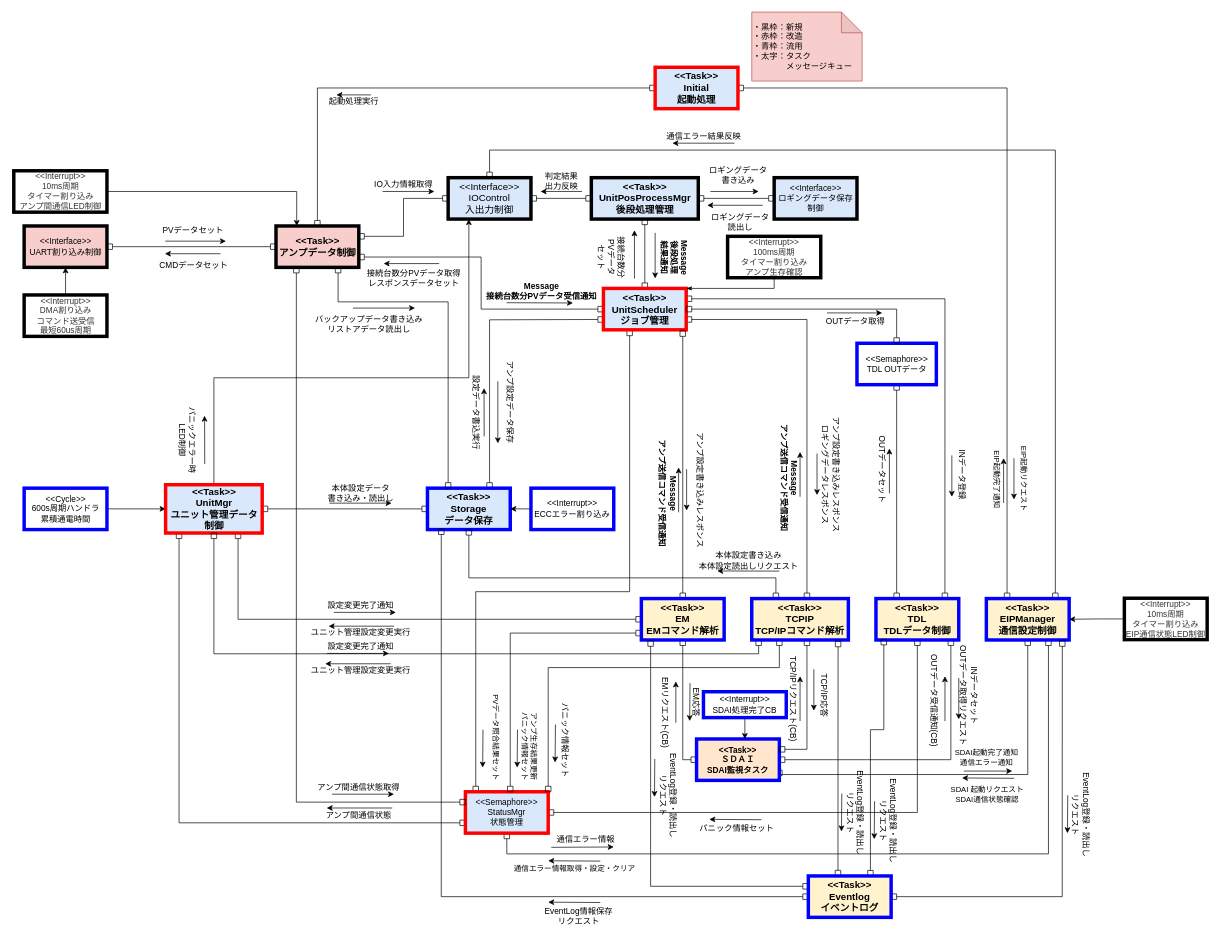
Above: page "RevC_動的構造" (4 of 4) of NWユニット_アーキテクチャ図.drawio in YutaSuzukiGARI/nwunit (draw.io), before the change. Source tidied: cells renumbered, new cells numbered last; positions are measured from the earlier drawing's top-left corner, leaving out a move shared by most shapes. Both pictures are drawn from the tidied source at 69%, with x=0, y=0 at pixel (13, 12).
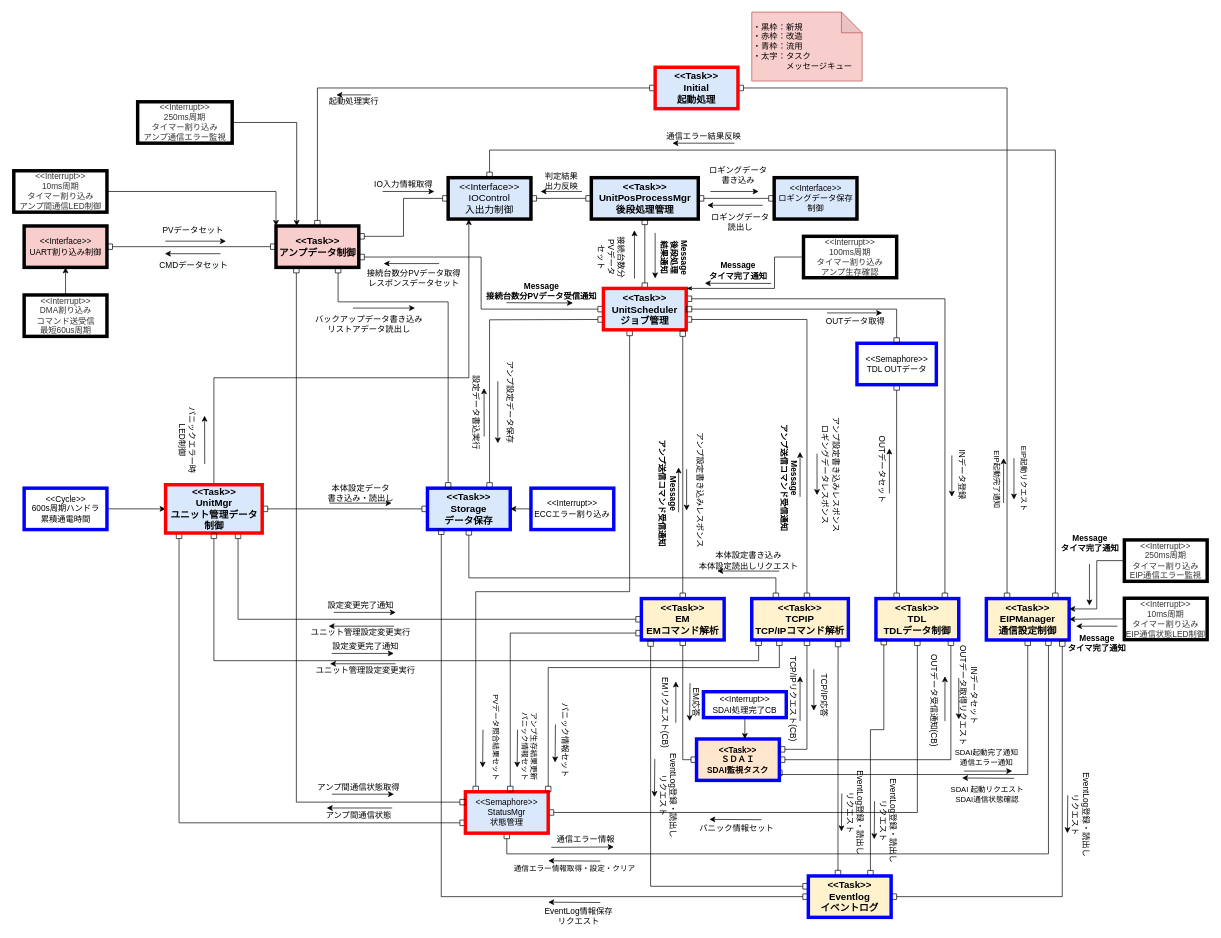
After the change.

Commit message (it also covers changes not shown here):
Update NWユニット_アーキテクチャ図.drawio

Unchanged cells that the change refers to:
```xml
<mxCell id="12" value="&amp;lt;&amp;lt;Task&amp;gt;&amp;gt;&lt;br&gt;EIPManager&lt;br style=&quot;font-size: 14px&quot;&gt;通信設定制御" style="rounded=0;whiteSpace=wrap;html=1;fillColor=#fff2cc;strokeColor=#0000FF;strokeWidth=5;fontStyle=1;fontSize=14;" parent="1" vertex="1">
  <mxGeometry x="1410" y="850" width="120" height="60" as="geometry" />
</mxCell>
<mxCell id="34" value="&amp;lt;&amp;lt;Task&amp;gt;&amp;gt;&lt;br style=&quot;font-size: 14px&quot;&gt;UnitMgr&lt;br&gt;ユニット管理データ制御" style="rounded=0;whiteSpace=wrap;html=1;fillColor=#dae8fc;strokeColor=#FF0000;strokeWidth=5;fontStyle=1;fontSize=14;" parent="1" vertex="1">
  <mxGeometry x="220.5" y="685" width="140" height="70" as="geometry" />
</mxCell>
<mxCell id="63" value="&amp;lt;&amp;lt;Task&amp;gt;&amp;gt;&lt;br&gt;TCPIP&lt;br style=&quot;font-size: 14px&quot;&gt;TCP/IPコマンド解析" style="rounded=0;whiteSpace=wrap;html=1;fillColor=#fff2cc;strokeColor=#0000FF;strokeWidth=5;fontStyle=1;fontSize=14;" parent="1" vertex="1">
  <mxGeometry x="1070" y="850" width="140" height="60" as="geometry" />
</mxCell>
<mxCell id="76" value="&lt;span style=&quot;font-size: 14px ; font-weight: 700&quot;&gt;&amp;lt;&amp;lt;Task&amp;gt;&amp;gt;&lt;/span&gt;&lt;br style=&quot;font-size: 14px ; font-weight: 700&quot;&gt;&lt;span style=&quot;font-size: 14px ; font-weight: 700&quot;&gt;UnitScheduler&lt;/span&gt;&lt;br style=&quot;font-size: 14px ; font-weight: 700&quot;&gt;&lt;span style=&quot;font-size: 14px ; font-weight: 700&quot;&gt;ジョブ管理&lt;/span&gt;" style="rounded=0;whiteSpace=wrap;html=1;fillColor=#dae8fc;strokeColor=#FF0000;strokeWidth=5;" parent="1" vertex="1">
  <mxGeometry x="855" y="400.5" width="120" height="60" as="geometry" />
</mxCell>
<mxCell id="103" value="&amp;lt;&amp;lt;Task&amp;gt;&amp;gt;&lt;br style=&quot;font-size: 14px;&quot;&gt;アンプデータ制御" style="rounded=0;whiteSpace=wrap;html=1;fillColor=#f8cecc;strokeColor=#000000;strokeWidth=5;fontStyle=1;fontSize=14;" parent="1" vertex="1">
  <mxGeometry x="380.5" y="310" width="120" height="60" as="geometry" />
</mxCell>
<mxCell id="155" value="&amp;lt;&amp;lt;Interrupt&amp;gt;&amp;gt;&lt;br&gt;10ms周期&lt;br&gt;タイマー割り込み&lt;br&gt;アンプ間通信LED制御" style="rounded=0;whiteSpace=wrap;html=1;fillColor=#FFFFFF;strokeColor=#000000;strokeWidth=5;fontColor=#333333;" parent="1" vertex="1">
  <mxGeometry x="0.5" y="230" width="135" height="60" as="geometry" />
</mxCell>
```

Change to the diagram source:
```diff
@@
     <mxCell id="60" style="edgeStyle=orthogonalEdgeStyle;rounded=0;jettySize=auto;html=1;startArrow=box;startFill=0;endArrow=box;endFill=0;entryX=0.5;entryY=1;entryDx=0;entryDy=0;" parent="1" edge="1" source="63" target="34">
       <mxGeometry relative="1" as="geometry">
         <Array as="points">
-          <mxPoint x="1080" y="930" />
-          <mxPoint x="291" y="930" />
+          <mxPoint x="1080" y="940" />
+          <mxPoint x="291" y="940" />
         </Array>
       </mxGeometry>
     </mxCell>
@@
     <mxCell id="82" value="ユニット管理設定変更実行" style="text;html=1;align=center;verticalAlign=middle;" parent="1" vertex="1">
-      <mxGeometry x="423" y="945" width="160" height="20" as="geometry" />
+      <mxGeometry x="430" y="945" width="160" height="20" as="geometry" />
     </mxCell>
     <mxCell id="83" value="設定変更完了通知" style="text;html=1;align=center;verticalAlign=middle;" parent="1" vertex="1">
-      <mxGeometry x="448" y="909.5" width="110" height="20" as="geometry" />
+      <mxGeometry x="455" y="909.5" width="110" height="20" as="geometry" />
     </mxCell>
     <mxCell id="84" style="endArrow=classic;html=1;fontColor=#FF3333;" parent="1" edge="1">
       <mxGeometry relative="1" as="geometry">
-        <mxPoint x="454.2" y="929.5" as="sourcePoint" />
-        <mxPoint x="544.2" y="929.5" as="targetPoint" />
+        <mxPoint x="461.2" y="929.5" as="sourcePoint" />
+        <mxPoint x="551.2" y="929.5" as="targetPoint" />
       </mxGeometry>
     </mxCell>
     <mxCell id="85" style="endArrow=classic;html=1;fontColor=#FF3333;" parent="1" edge="1">
       <mxGeometry relative="1" as="geometry">
-        <mxPoint x="546.8" y="944.5" as="sourcePoint" />
-        <mxPoint x="451.8" y="944.5" as="targetPoint" />
+        <mxPoint x="553.8" y="944.5" as="sourcePoint" />
+        <mxPoint x="458.8" y="944.5" as="targetPoint" />
       </mxGeometry>
     </mxCell>
@@
-    <mxCell id="154" style="edgeStyle=orthogonalEdgeStyle;rounded=0;jettySize=auto;html=1;entryX=0.25;entryY=0;entryDx=0;entryDy=0;fontSize=20;startArrow=none;startFill=0;endArrow=classic;endFill=1;" parent="1" edge="1" source="155" target="103">
+    <mxCell id="154" style="edgeStyle=orthogonalEdgeStyle;rounded=0;jettySize=auto;html=1;entryX=0;entryY=0;entryDx=0;entryDy=0;fontSize=20;startArrow=none;startFill=0;endArrow=classic;endFill=1;" parent="1" edge="1" source="155" target="103">
       <mxGeometry relative="1" as="geometry" />
     </mxCell>
@@
-    <mxCell id="168" style="edgeStyle=orthogonalEdgeStyle;rounded=0;jettySize=auto;html=1;entryX=1;entryY=0;entryDx=0;entryDy=0;fontSize=20;startArrow=none;startFill=0;endArrow=classicThin;endFill=1;exitX=0.5;exitY=1;exitDx=0;exitDy=0;" parent="1" edge="1" source="169" target="76">
+    <mxCell id="168" style="edgeStyle=orthogonalEdgeStyle;rounded=0;jettySize=auto;html=1;entryX=1;entryY=0;entryDx=0;entryDy=0;fontSize=20;startArrow=none;startFill=0;endArrow=classicThin;endFill=1;" parent="1" edge="1" source="169" target="76">
       <mxGeometry relative="1" as="geometry">
         <Array as="points">
+          <mxPoint x="1103" y="355" />
           <mxPoint x="1103" y="401" />
         </Array>
       </mxGeometry>
     </mxCell>
     <mxCell id="169" value="&amp;lt;&amp;lt;Interrupt&amp;gt;&amp;gt;&lt;br&gt;100ms周期&lt;br&gt;タイマー割り込み&lt;br&gt;アンプ生存確認" style="rounded=0;whiteSpace=wrap;html=1;fillColor=#FFFFFF;strokeColor=#000000;strokeWidth=5;fontColor=#333333;" parent="1" vertex="1">
-      <mxGeometry x="1035" y="325" width="135" height="60" as="geometry" />
+      <mxGeometry x="1145" y="325" width="135" height="60" as="geometry" />
     </mxCell>
@@
+    <mxCell id="178" value="Message&lt;br&gt;タイマ完了通知" style="text;html=1;align=center;verticalAlign=middle;fontStyle=1;" parent="1" vertex="1">
+      <mxGeometry x="1000" y="360" width="100" height="30" as="geometry" />
+    </mxCell>
+    <mxCell id="179" style="endArrow=none;html=1;fontColor=#FF3333;entryX=0.899;entryY=1.017;entryDx=0;entryDy=0;entryPerimeter=0;endFill=0;startArrow=classic;startFill=1;" parent="1" edge="1">
+      <mxGeometry relative="1" as="geometry">
+        <mxPoint x="1001.9" y="393" as="sourcePoint" />
+        <mxPoint x="1098.1" y="393.3" as="targetPoint" />
+      </mxGeometry>
+    </mxCell>
+    <mxCell id="180" value="Message&lt;br&gt;タイマ完了通知" style="text;html=1;align=center;verticalAlign=middle;fontStyle=1;" parent="1" vertex="1">
+      <mxGeometry x="1510" y="755" width="100" height="30" as="geometry" />
+    </mxCell>
+    <mxCell id="181" style="endArrow=none;html=1;fontColor=#FF3333;endFill=0;startArrow=classic;startFill=1;" parent="1" edge="1">
+      <mxGeometry relative="1" as="geometry">
+        <mxPoint x="1559.4" y="860" as="sourcePoint" />
+        <mxPoint x="1559.4" y="800" as="targetPoint" />
+      </mxGeometry>
+    </mxCell>
+    <mxCell id="182" style="edgeStyle=orthogonalEdgeStyle;rounded=0;jettySize=auto;html=1;entryX=1;entryY=0.25;entryDx=0;entryDy=0;startArrow=none;startFill=0;endArrow=classic;endFill=1;" parent="1" edge="1" source="183" target="12">
+      <mxGeometry relative="1" as="geometry" />
+    </mxCell>
+    <mxCell id="183" value="&amp;lt;&amp;lt;Interrupt&amp;gt;&amp;gt;&lt;br&gt;250ms周期&lt;br&gt;タイマー割り込み&lt;br&gt;EIP通信エラー監視" style="rounded=0;whiteSpace=wrap;html=1;fillColor=#FFFFFF;strokeColor=#000000;strokeWidth=5;fontColor=#333333;" parent="1" vertex="1">
+      <mxGeometry x="1610" y="765" width="120" height="60" as="geometry" />
+    </mxCell>
+    <mxCell id="184" value="Message&lt;br&gt;タイマ完了通知" style="text;html=1;align=center;verticalAlign=middle;fontStyle=1;" parent="1" vertex="1">
+      <mxGeometry x="1520" y="899.5" width="100" height="30" as="geometry" />
+    </mxCell>
+    <mxCell id="185" style="endArrow=classic;html=1;fontColor=#FF3333;" parent="1" edge="1">
+      <mxGeometry relative="1" as="geometry">
+        <mxPoint x="1600" y="890" as="sourcePoint" />
+        <mxPoint x="1540" y="890" as="targetPoint" />
+      </mxGeometry>
+    </mxCell>
+    <mxCell id="186" style="edgeStyle=orthogonalEdgeStyle;rounded=0;jettySize=auto;html=1;entryX=0.25;entryY=0;entryDx=0;entryDy=0;startArrow=none;startFill=0;endArrow=classic;endFill=1;" parent="1" edge="1" source="187" target="103">
+      <mxGeometry relative="1" as="geometry" />
+    </mxCell>
+    <mxCell id="187" value="&amp;lt;&amp;lt;Interrupt&amp;gt;&amp;gt;&lt;br&gt;250ms周期&lt;br&gt;タイマー割り込み&lt;br&gt;アンプ通信エラー監視" style="rounded=0;whiteSpace=wrap;html=1;fillColor=#FFFFFF;strokeColor=#000000;strokeWidth=5;fontColor=#333333;" parent="1" vertex="1">
+      <mxGeometry x="180" y="130" width="137" height="60" as="geometry" />
+    </mxCell>
```
